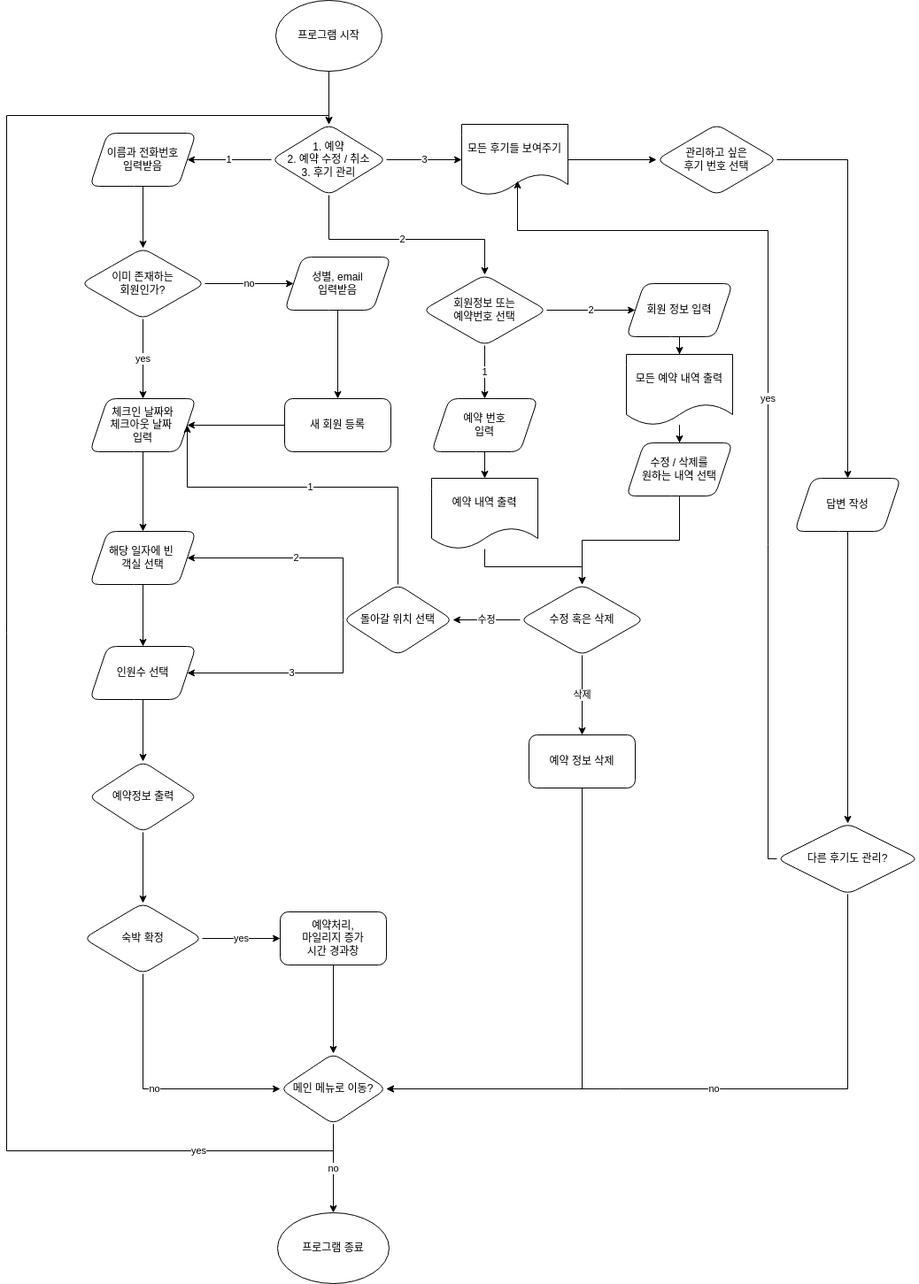
The draw.io diagram flow chart/순서도 이미지.png in zoseonghun/hotel-reservation-program, before a commit. Source tidied: cells renumbered, new cells last; positions are measured from the earlier drawing's top-left corner, leaving out a move shared by most shapes.
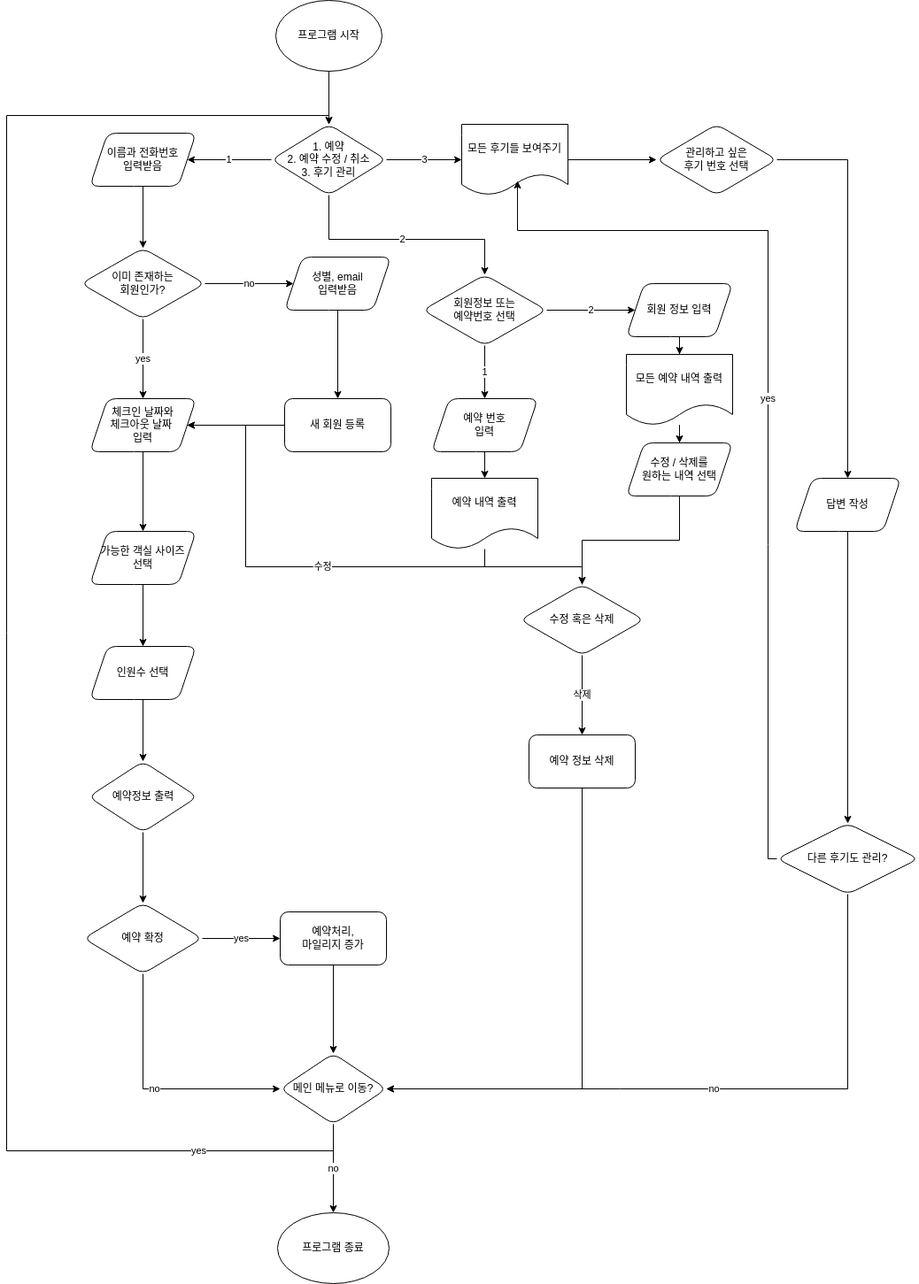
After the commit.

Diff of the diagram source:
```diff
@@ -63,7 +63,7 @@
     <mxCell id="19" style="edgeStyle=orthogonalEdgeStyle;rounded=0;jettySize=auto;html=1;" parent="1" edge="1" source="20" target="22">
       <mxGeometry relative="1" as="geometry" />
     </mxCell>
-    <mxCell id="20" value="해당 일자에 빈&amp;nbsp;&lt;br&gt;객실 선택" style="shape=parallelogram;perimeter=parallelogramPerimeter;whiteSpace=wrap;html=1;fixedSize=1;rounded=1;" parent="1" vertex="1">
+    <mxCell id="20" value="가능한 객실 사이즈&lt;br&gt;선택" style="shape=parallelogram;perimeter=parallelogramPerimeter;whiteSpace=wrap;html=1;fixedSize=1;rounded=1;" parent="1" vertex="1">
       <mxGeometry x="94" y="600" width="120" height="60" as="geometry" />
     </mxCell>
     <mxCell id="21" style="edgeStyle=orthogonalEdgeStyle;rounded=0;jettySize=auto;html=1;" parent="1" edge="1" source="22" target="24">
@@ -88,13 +88,13 @@
         </Array>
       </mxGeometry>
     </mxCell>
-    <mxCell id="27" value="숙박 확정" style="rhombus;whiteSpace=wrap;html=1;rounded=1;" parent="1" vertex="1">
+    <mxCell id="27" value="예약 확정" style="rhombus;whiteSpace=wrap;html=1;rounded=1;" parent="1" vertex="1">
       <mxGeometry x="87" y="1020" width="134" height="80" as="geometry" />
     </mxCell>
     <mxCell id="28" style="edgeStyle=orthogonalEdgeStyle;rounded=0;jettySize=auto;html=1;entryX=0.5;entryY=0;entryDx=0;entryDy=0;" parent="1" edge="1" source="29" target="65">
       <mxGeometry relative="1" as="geometry" />
     </mxCell>
-    <mxCell id="29" value="예약처리,&lt;br&gt;마일리지 증가&lt;br&gt;시간 경과창" style="whiteSpace=wrap;html=1;rounded=1;" parent="1" vertex="1">
+    <mxCell id="29" value="예약처리,&lt;br&gt;마일리지 증가" style="whiteSpace=wrap;html=1;rounded=1;" parent="1" vertex="1">
       <mxGeometry x="309" y="1030" width="120" height="60" as="geometry" />
     </mxCell>
     <mxCell id="30" value="1" style="edgeStyle=orthogonalEdgeStyle;rounded=0;jettySize=auto;html=1;" parent="1" edge="1" source="32" target="34">
@@ -138,8 +138,14 @@
     <mxCell id="42" value="수정 / 삭제를&lt;br&gt;원하는 내역 선택" style="shape=parallelogram;perimeter=parallelogramPerimeter;whiteSpace=wrap;html=1;fixedSize=1;rounded=1;" parent="1" vertex="1">
       <mxGeometry x="700" y="500" width="120" height="60" as="geometry" />
     </mxCell>
-    <mxCell id="43" value="수정" style="edgeStyle=orthogonalEdgeStyle;rounded=0;jettySize=auto;html=1;entryX=1;entryY=0.5;entryDx=0;entryDy=0;" parent="1" edge="1" source="45" target="49">
-      <mxGeometry relative="1" as="geometry" />
+    <mxCell id="43" value="수정" style="edgeStyle=orthogonalEdgeStyle;rounded=0;jettySize=auto;html=1;entryX=1;entryY=0.5;entryDx=0;entryDy=0;" parent="1" edge="1" source="45" target="13">
+      <mxGeometry relative="1" as="geometry">
+        <Array as="points">
+          <mxPoint x="650" y="640" />
+          <mxPoint x="270" y="640" />
+          <mxPoint x="270" y="480" />
+        </Array>
+      </mxGeometry>
     </mxCell>
     <mxCell id="44" value="삭제" style="edgeStyle=orthogonalEdgeStyle;rounded=0;jettySize=auto;html=1;" parent="1" edge="1" source="45" target="51">
       <mxGeometry x="-0.01" relative="1" as="geometry" />
@@ -147,31 +153,6 @@
     <mxCell id="45" value="수정 혹은 삭제" style="rhombus;whiteSpace=wrap;html=1;rounded=1;" parent="1" vertex="1">
       <mxGeometry x="580" y="660" width="140" height="80" as="geometry" />
     </mxCell>
-    <mxCell id="46" value="1" style="edgeStyle=orthogonalEdgeStyle;rounded=0;jettySize=auto;html=1;entryX=1;entryY=0.5;entryDx=0;entryDy=0;" parent="1" edge="1" source="49" target="13">
-      <mxGeometry relative="1" as="geometry">
-        <Array as="points">
-          <mxPoint x="442" y="550" />
-          <mxPoint x="204" y="550" />
-        </Array>
-      </mxGeometry>
-    </mxCell>
-    <mxCell id="47" value="2" style="edgeStyle=orthogonalEdgeStyle;rounded=0;jettySize=auto;html=1;entryX=1;entryY=0.5;entryDx=0;entryDy=0;" parent="1" edge="1" source="49" target="20">
-      <mxGeometry relative="1" as="geometry">
-        <Array as="points">
-          <mxPoint x="380" y="630" />
-        </Array>
-      </mxGeometry>
-    </mxCell>
-    <mxCell id="48" value="3" style="edgeStyle=orthogonalEdgeStyle;rounded=0;jettySize=auto;html=1;" parent="1" edge="1" source="49" target="22">
-      <mxGeometry relative="1" as="geometry">
-        <Array as="points">
-          <mxPoint x="380" y="760" />
-        </Array>
-      </mxGeometry>
-    </mxCell>
-    <mxCell id="49" value="돌아갈 위치 선택" style="rhombus;whiteSpace=wrap;html=1;rounded=1;" parent="1" vertex="1">
-      <mxGeometry x="380" y="660" width="124" height="80" as="geometry" />
-    </mxCell>
     <mxCell id="50" style="edgeStyle=orthogonalEdgeStyle;rounded=0;jettySize=auto;html=1;" parent="1" edge="1" source="51" target="65">
       <mxGeometry relative="1" as="geometry">
         <Array as="points">
```
